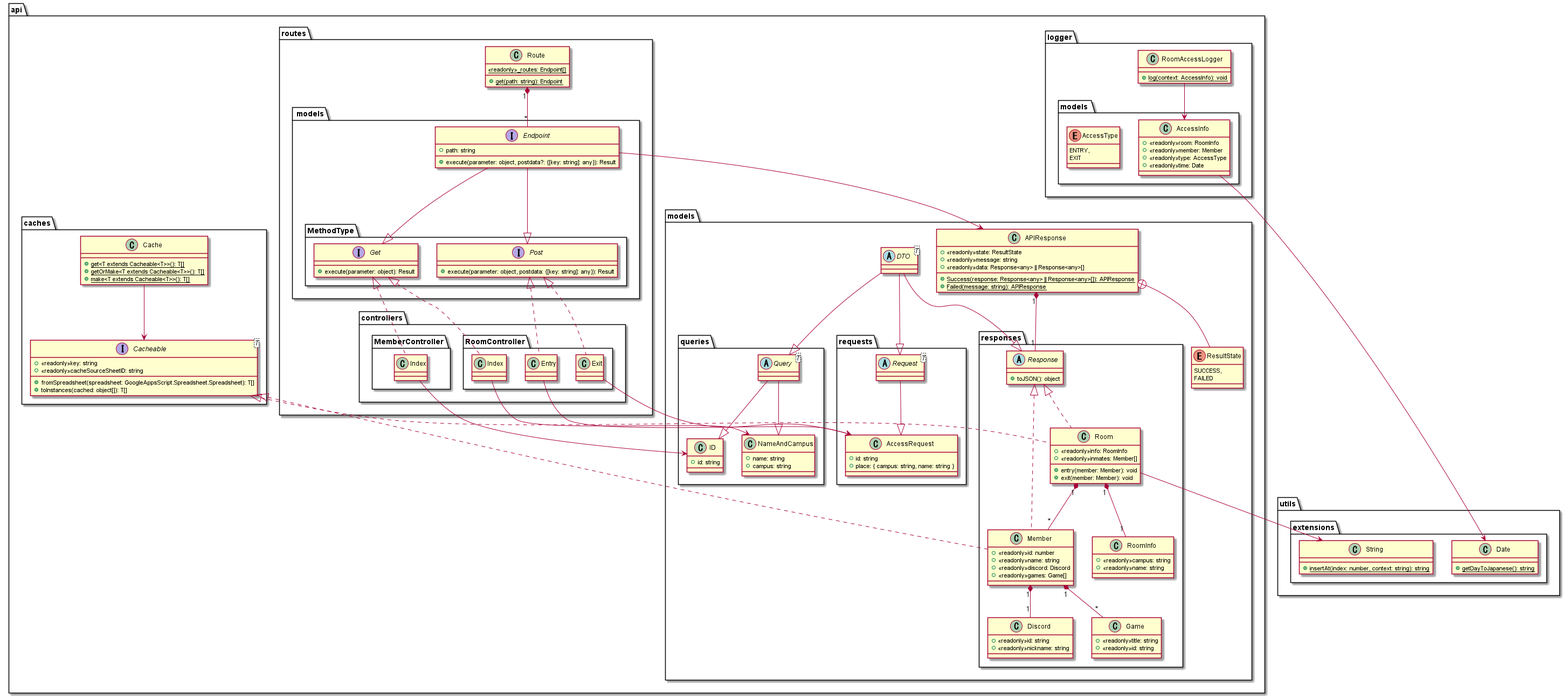
This is uml/classDiagram/classDiagram.png from NIT-esports/NITeAPI, a PlantUML export, as it was before one commit.
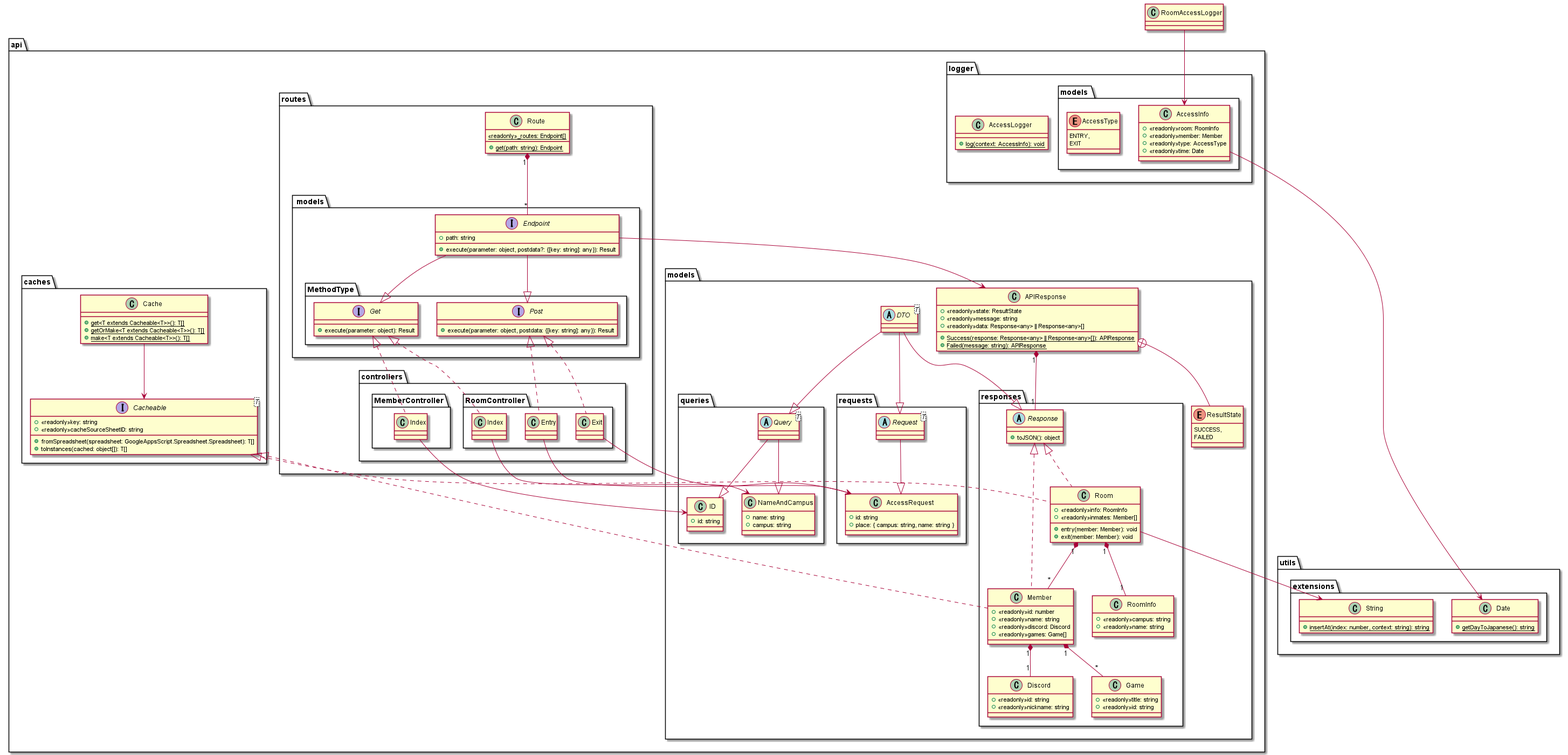
Later version of the same file.

Change to the diagram source:
```diff
@@ -34,7 +34,7 @@
                 EXIT
             }
         }
-        class RoomAccessLogger
+        class AccessLogger
         {
             +{static}log(context: AccessInfo): void
         }
```
